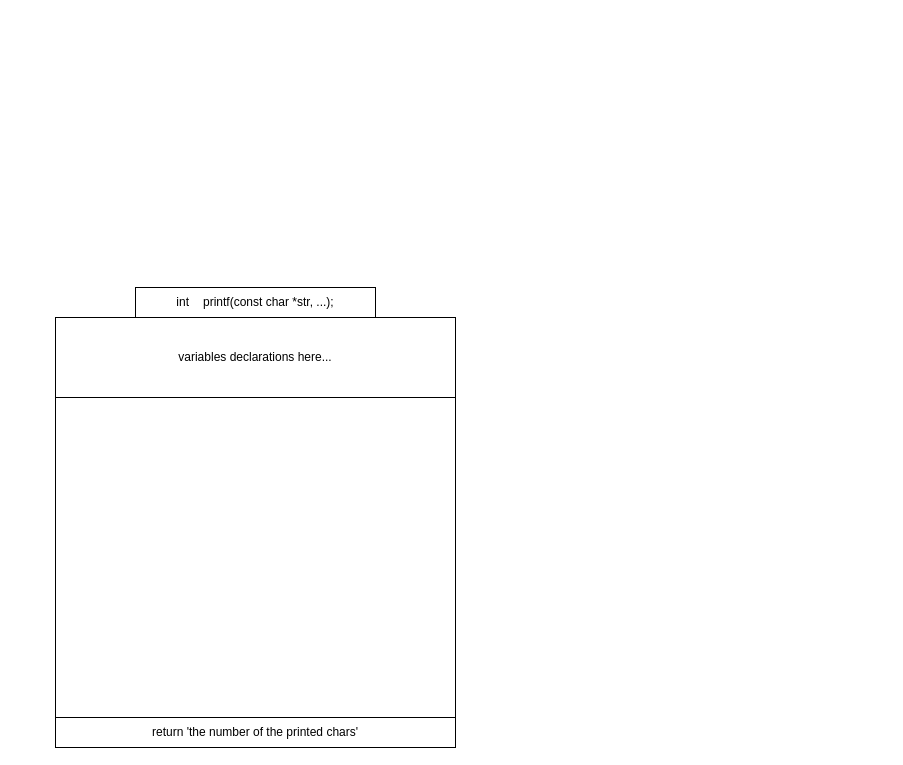
This is operating_diag.drawio from aautin/42_printf, a draw.io file, before an edit. Source tidied: cells renumbered, new cells numbered last; positions are measured from the earlier drawing's top-left corner, leaving out a move shared by most shapes. Both pictures are drawn from the tidied source at 100%, with x=0, y=0 at pixel (55, 287).
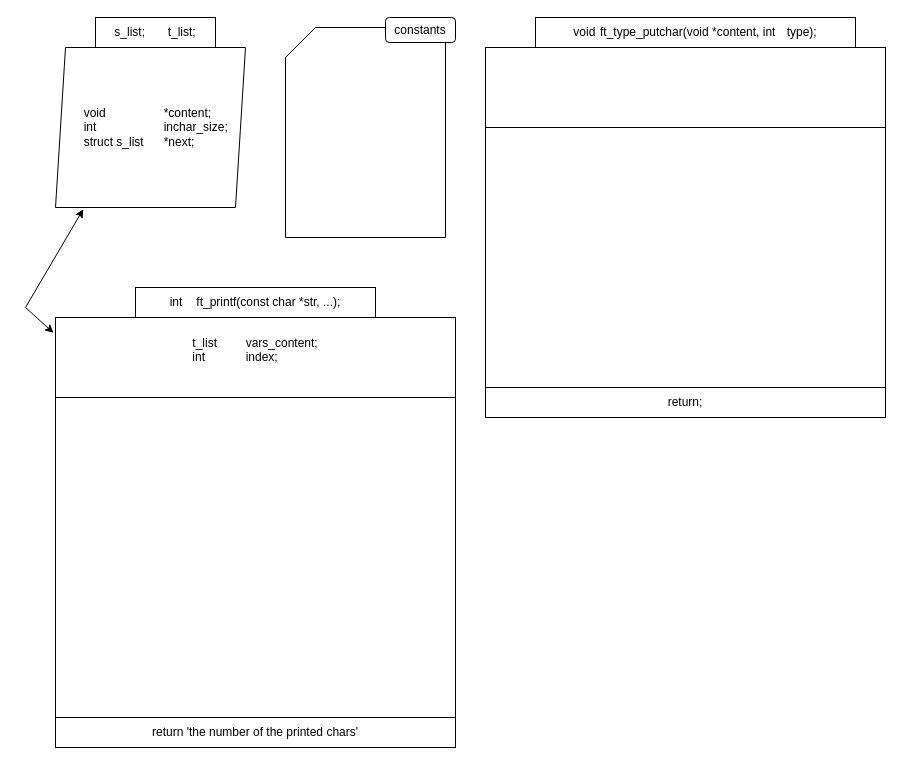
The same diagram, later.

Commit message (it also covers changes not shown here):
dev the operating_diag & imported the libft with its header

What changed in the source:
```diff
@@
 <mxGraphModel>
   <root>
     <mxCell id="0" />
     <mxCell id="1" parent="0" />
-    <mxCell id="2" value="int&lt;span style=&quot;white-space: pre;&quot;&gt;&#9;&lt;/span&gt;printf(const char *str, ...);" style="text;html=1;strokeColor=default;fillColor=none;align=center;verticalAlign=middle;whiteSpace=wrap;rounded=0;strokeWidth=1;" parent="1" vertex="1">
+    <mxCell id="2" value="int&lt;span style=&quot;white-space: pre;&quot;&gt;&#9;&lt;/span&gt;ft_printf(const char *str, ...);" style="text;html=1;strokeColor=default;fillColor=none;align=center;verticalAlign=middle;whiteSpace=wrap;rounded=0;strokeWidth=1;" parent="1" vertex="1">
       <mxGeometry x="80" width="240" height="30" as="geometry" />
     </mxCell>
     <mxCell id="3" style="rounded=0;whiteSpace=wrap;html=1;" parent="1" vertex="1">
       <mxGeometry y="110" width="400" height="320" as="geometry" />
     </mxCell>
-    <mxCell id="4" value="variables declarations here..." style="rounded=0;whiteSpace=wrap;html=1;" parent="1" vertex="1">
+    <mxCell id="4" value="&lt;div style=&quot;text-align: left;&quot;&gt;&lt;span style=&quot;background-color: initial;&quot;&gt;t_list&lt;span style=&quot;white-space: pre;&quot;&gt;&#9;&lt;/span&gt;&lt;span style=&quot;white-space: pre;&quot;&gt;&#9;&lt;/span&gt;&lt;/span&gt;&lt;span style=&quot;background-color: initial;&quot;&gt;vars_content;&lt;/span&gt;&lt;/div&gt;&lt;div style=&quot;text-align: left;&quot;&gt;&lt;span style=&quot;background-color: initial;&quot;&gt;int&lt;/span&gt;&lt;span style=&quot;background-color: initial; white-space: pre;&quot;&gt;&#9;&lt;span style=&quot;white-space: pre;&quot;&gt;&#9;&lt;/span&gt;&lt;/span&gt;&lt;span style=&quot;background-color: initial;&quot;&gt;index;&lt;/span&gt;&lt;/div&gt;&lt;div style=&quot;text-align: left;&quot;&gt;&lt;br&gt;&lt;/div&gt;&lt;span style=&quot;white-space: pre;&quot;&gt;&lt;/span&gt;" style="rounded=0;whiteSpace=wrap;html=1;" parent="1" vertex="1">
       <mxGeometry y="30" width="400" height="80" as="geometry" />
     </mxCell>
     <mxCell id="5" value="return 'the number of the printed chars'" style="rounded=0;whiteSpace=wrap;html=1;" parent="1" vertex="1">
       <mxGeometry y="430" width="400" height="30" as="geometry" />
     </mxCell>
+    <mxCell id="6" value="&lt;span style=&quot;white-space: pre;&quot;&gt;&#9;&lt;/span&gt;void&lt;span style=&quot;white-space: pre;&quot;&gt;&#9;&lt;/span&gt;&lt;span style=&quot;white-space: pre;&quot;&gt;&#9;&lt;span style=&quot;white-space: pre;&quot;&gt;&#9;&lt;/span&gt;&lt;/span&gt;*content;&lt;br&gt;&lt;span style=&quot;white-space: pre;&quot;&gt;&#9;&lt;/span&gt;int&lt;span style=&quot;white-space: pre;&quot;&gt;&#9;&lt;span style=&quot;white-space: pre;&quot;&gt;&#9;&lt;span style=&quot;white-space: pre;&quot;&gt;&#9;&lt;/span&gt;&lt;/span&gt;i&lt;/span&gt;nchar_size;&lt;br&gt;&lt;span style=&quot;white-space: pre;&quot;&gt;&#9;&lt;/span&gt;struct s_list&lt;span style=&quot;white-space: pre;&quot;&gt;&#9;&lt;/span&gt;*next;" style="shape=parallelogram;perimeter=parallelogramPerimeter;whiteSpace=wrap;html=1;fixedSize=1;size=10;align=left;" parent="1" vertex="1">
+      <mxGeometry y="-240" width="190" height="160" as="geometry" />
+    </mxCell>
+    <mxCell id="7" value="s_list;&lt;span style=&quot;white-space: pre;&quot;&gt;&#9;&lt;/span&gt;t_list;" style="text;html=1;strokeColor=default;fillColor=none;align=center;verticalAlign=middle;whiteSpace=wrap;rounded=0;strokeWidth=1;" parent="1" vertex="1">
+      <mxGeometry x="40" y="-270" width="120" height="30" as="geometry" />
+    </mxCell>
+    <mxCell id="8" style="endArrow=classic;startArrow=classic;html=1;rounded=0;entryX=0.146;entryY=1.011;entryDx=0;entryDy=0;exitX=-0.005;exitY=0.192;exitDx=0;exitDy=0;exitPerimeter=0;entryPerimeter=0;" parent="1" edge="1" source="4" target="6">
+      <mxGeometry relative="1" as="geometry">
+        <Array as="points">
+          <mxPoint x="-30" y="20" />
+        </Array>
+      </mxGeometry>
+    </mxCell>
+    <mxCell id="9" value="void&lt;span style=&quot;white-space: pre;&quot;&gt;&#9;&lt;/span&gt;ft_type_putchar(void *content, int&lt;span style=&quot;white-space: pre;&quot;&gt;&#9;&lt;/span&gt;type);" style="text;html=1;strokeColor=default;fillColor=none;align=center;verticalAlign=middle;whiteSpace=wrap;rounded=0;strokeWidth=1;" parent="1" vertex="1">
+      <mxGeometry x="480" y="-270" width="320" height="30" as="geometry" />
+    </mxCell>
+    <mxCell id="10" style="rounded=0;whiteSpace=wrap;html=1;" parent="1" vertex="1">
+      <mxGeometry x="430" y="-160" width="400" height="260" as="geometry" />
+    </mxCell>
+    <mxCell id="11" value="&lt;div style=&quot;text-align: left;&quot;&gt;&lt;br&gt;&lt;/div&gt;&lt;div style=&quot;text-align: left;&quot;&gt;&lt;br&gt;&lt;/div&gt;&lt;span style=&quot;white-space: pre;&quot;&gt;&lt;/span&gt;" style="rounded=0;whiteSpace=wrap;html=1;" parent="1" vertex="1">
+      <mxGeometry x="430" y="-240" width="400" height="80" as="geometry" />
+    </mxCell>
+    <mxCell id="12" value="return;" style="rounded=0;whiteSpace=wrap;html=1;" parent="1" vertex="1">
+      <mxGeometry x="430" y="100" width="400" height="30" as="geometry" />
+    </mxCell>
+    <mxCell id="13" style="shape=card;whiteSpace=wrap;html=1;" parent="1" vertex="1">
+      <mxGeometry x="230" y="-260" width="160" height="210" as="geometry" />
+    </mxCell>
+    <mxCell id="14" value="constants" style="rounded=1;whiteSpace=wrap;html=1;" parent="1" vertex="1">
+      <mxGeometry x="330" y="-270" width="70" height="25" as="geometry" />
+    </mxCell>
   </root>
 </mxGraphModel>
```
